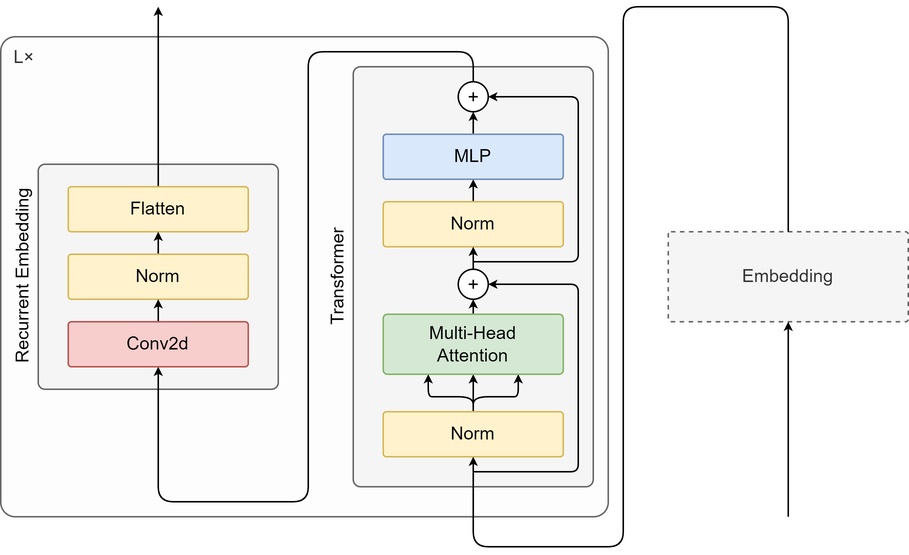
Above: CvT-RecurrentEmbedding.drawio.png in SeyaSchmassmann/wods (draw.io), before the change. Source tidied: cells renumbered, new cells last; positions are measured from the earlier drawing's top-left corner, leaving out a move shared by most shapes. Source of this version:
```xml
<mxGraphModel>
  <root>
    <mxCell id="0" />
    <mxCell id="1" parent="0" />
    <mxCell id="2" value="L×" style="rounded=1;whiteSpace=wrap;html=1;arcSize=3;verticalAlign=top;align=left;spacingLeft=7;fillColor=light-dark(#fdfdfd, #1a1a1a);fontColor=#333333;strokeColor=#666666;" parent="1" vertex="1">
      <mxGeometry y="20" width="405" height="320" as="geometry" />
    </mxCell>
    <mxCell id="3" style="rounded=1;whiteSpace=wrap;html=1;fillColor=#f5f5f5;fontColor=#333333;strokeColor=#666666;arcSize=3;" parent="1" vertex="1">
      <mxGeometry x="25" y="105" width="160" height="150" as="geometry" />
    </mxCell>
    <mxCell id="4" value="Embedding" style="rounded=1;whiteSpace=wrap;html=1;fillColor=#f5f5f5;fontColor=#333333;strokeColor=#666666;arcSize=3;dashed=1;" parent="1" vertex="1">
      <mxGeometry x="445" y="150" width="160" height="60" as="geometry" />
    </mxCell>
    <mxCell id="5" style="edgeStyle=none;html=1;entryX=0.5;entryY=1;entryDx=0;entryDy=0;endSize=3;startSize=3;exitX=0.5;exitY=0;exitDx=0;exitDy=0;" parent="1" edge="1">
      <mxGeometry relative="1" as="geometry">
        <mxPoint x="525" y="120" as="sourcePoint" />
      </mxGeometry>
    </mxCell>
    <mxCell id="6" style="edgeStyle=none;html=1;entryX=0.5;entryY=1;entryDx=0;entryDy=0;exitX=0.5;exitY=0;exitDx=0;exitDy=0;endSize=3;startSize=3;" parent="1" edge="1">
      <mxGeometry relative="1" as="geometry">
        <mxPoint x="525" y="165" as="sourcePoint" />
      </mxGeometry>
    </mxCell>
    <mxCell id="7" style="rounded=1;whiteSpace=wrap;html=1;fillColor=#f5f5f5;fontColor=#333333;strokeColor=#666666;arcSize=3;verticalAlign=top;align=left;spacingLeft=7;" parent="1" vertex="1">
      <mxGeometry x="235" y="40" width="160" height="280" as="geometry" />
    </mxCell>
    <mxCell id="8" style="edgeStyle=none;html=1;entryX=0.5;entryY=1;entryDx=0;entryDy=0;exitX=0.5;exitY=0;exitDx=0;exitDy=0;startSize=3;endSize=3;" parent="1" edge="1" source="11" target="13">
      <mxGeometry relative="1" as="geometry" />
    </mxCell>
    <mxCell id="9" style="edgeStyle=none;html=1;entryX=0.75;entryY=1;entryDx=0;entryDy=0;exitX=0.5;exitY=0;exitDx=0;exitDy=0;startSize=3;endSize=3;" parent="1" edge="1" source="11" target="13">
      <mxGeometry relative="1" as="geometry">
        <Array as="points">
          <mxPoint x="315" y="260" />
          <mxPoint x="335" y="260" />
          <mxPoint x="345" y="260" />
        </Array>
      </mxGeometry>
    </mxCell>
    <mxCell id="10" style="edgeStyle=none;html=1;entryX=0.25;entryY=1;entryDx=0;entryDy=0;exitX=0.5;exitY=0;exitDx=0;exitDy=0;startSize=3;endSize=3;" parent="1" edge="1" source="11" target="13">
      <mxGeometry relative="1" as="geometry">
        <Array as="points">
          <mxPoint x="315" y="260" />
          <mxPoint x="295" y="260" />
          <mxPoint x="285" y="260" />
        </Array>
      </mxGeometry>
    </mxCell>
    <mxCell id="11" value="Norm" style="rounded=1;whiteSpace=wrap;html=1;fillColor=#fff2cc;strokeColor=#d6b656;arcSize=7;" parent="1" vertex="1">
      <mxGeometry x="255" y="270" width="120" height="30" as="geometry" />
    </mxCell>
    <mxCell id="12" style="edgeStyle=none;html=1;exitX=0.5;exitY=0;exitDx=0;exitDy=0;entryX=0.5;entryY=1;entryDx=0;entryDy=0;endArrow=classic;endFill=1;startSize=3;endSize=3;" parent="1" edge="1" source="13" target="28">
      <mxGeometry relative="1" as="geometry" />
    </mxCell>
    <mxCell id="13" value="Multi-Head&lt;br&gt;Attention" style="rounded=1;whiteSpace=wrap;html=1;fillColor=#d5e8d4;strokeColor=#82b366;arcSize=7;" parent="1" vertex="1">
      <mxGeometry x="255" y="205" width="120" height="40" as="geometry" />
    </mxCell>
    <mxCell id="14" style="edgeStyle=none;html=1;entryX=0.5;entryY=1;entryDx=0;entryDy=0;endArrow=classic;endFill=1;exitX=0.5;exitY=0;exitDx=0;exitDy=0;startSize=3;endSize=3;" parent="1" edge="1" source="15" target="18">
      <mxGeometry relative="1" as="geometry" />
    </mxCell>
    <mxCell id="15" value="Norm" style="rounded=1;whiteSpace=wrap;html=1;fillColor=#fff2cc;strokeColor=#d6b656;arcSize=7;" parent="1" vertex="1">
      <mxGeometry x="255" y="130" width="120" height="30" as="geometry" />
    </mxCell>
    <mxCell id="16" style="edgeStyle=none;html=1;entryX=0.5;entryY=1;entryDx=0;entryDy=0;endArrow=classic;endFill=1;exitX=0.5;exitY=0;exitDx=0;exitDy=0;startSize=3;endSize=3;" parent="1" edge="1" source="28" target="15">
      <mxGeometry relative="1" as="geometry" />
    </mxCell>
    <mxCell id="17" style="edgeStyle=none;html=1;entryX=0.5;entryY=1;entryDx=0;entryDy=0;exitX=0.5;exitY=0;exitDx=0;exitDy=0;endArrow=classic;endFill=1;startSize=3;endSize=3;" parent="1" edge="1" source="18" target="21">
      <mxGeometry relative="1" as="geometry" />
    </mxCell>
    <mxCell id="18" value="MLP" style="rounded=1;whiteSpace=wrap;html=1;fillColor=#dae8fc;strokeColor=#6c8ebf;arcSize=7;" parent="1" vertex="1">
      <mxGeometry x="255" y="85" width="120" height="30" as="geometry" />
    </mxCell>
    <mxCell id="19" style="group;" parent="1" vertex="1">
      <mxGeometry x="305" y="50" width="20" height="20" as="geometry" />
    </mxCell>
    <mxCell id="20" style="group;" parent="19" vertex="1">
      <mxGeometry width="20" height="20" as="geometry" />
    </mxCell>
    <mxCell id="21" style="ellipse;whiteSpace=wrap;html=1;" parent="20" vertex="1">
      <mxGeometry width="20" height="20" as="geometry" />
    </mxCell>
    <mxCell id="22" style="shape=cross;whiteSpace=wrap;html=1;size=0;" parent="20" vertex="1">
      <mxGeometry x="7" y="7" width="6" height="6" as="geometry" />
    </mxCell>
    <mxCell id="23" style="endArrow=classic;html=1;entryX=1;entryY=0.5;entryDx=0;entryDy=0;startSize=3;endSize=3;arcSize=10;" parent="1" edge="1" target="21">
      <mxGeometry relative="1" as="geometry">
        <mxPoint x="315" y="170" as="sourcePoint" />
        <Array as="points">
          <mxPoint x="385" y="170" />
          <mxPoint x="385" y="60" />
        </Array>
      </mxGeometry>
    </mxCell>
    <mxCell id="24" style="edgeStyle=none;html=1;entryX=0.5;entryY=1;entryDx=0;entryDy=0;endSize=3;startSize=3;exitX=0.5;exitY=0;exitDx=0;exitDy=0;" parent="1" edge="1" source="4" target="11">
      <mxGeometry relative="1" as="geometry">
        <Array as="points">
          <mxPoint x="525" />
          <mxPoint x="415" />
          <mxPoint x="415" y="360" />
          <mxPoint x="315" y="360" />
        </Array>
      </mxGeometry>
    </mxCell>
    <mxCell id="25" value="Transformer" style="text;html=1;align=center;verticalAlign=middle;whiteSpace=wrap;rounded=0;horizontal=0;" parent="1" vertex="1">
      <mxGeometry x="215" y="145" width="20" height="70" as="geometry" />
    </mxCell>
    <mxCell id="26" style="endArrow=classic;html=1;entryX=1;entryY=0.5;entryDx=0;entryDy=0;startSize=3;endSize=3;arcSize=10;" parent="1" edge="1" target="28">
      <mxGeometry relative="1" as="geometry">
        <mxPoint x="315" y="310" as="sourcePoint" />
        <Array as="points">
          <mxPoint x="385" y="310" />
          <mxPoint x="385" y="185" />
        </Array>
      </mxGeometry>
    </mxCell>
    <mxCell id="27" style="group;" parent="1" vertex="1">
      <mxGeometry x="305" y="175" width="20" height="20" as="geometry" />
    </mxCell>
    <mxCell id="28" style="ellipse;whiteSpace=wrap;html=1;" parent="27" vertex="1">
      <mxGeometry width="20" height="20" as="geometry" />
    </mxCell>
    <mxCell id="29" style="shape=cross;whiteSpace=wrap;html=1;size=0;" parent="27" vertex="1">
      <mxGeometry x="7" y="7" width="6" height="6" as="geometry" />
    </mxCell>
    <mxCell id="30" style="edgeStyle=none;html=1;startSize=3;endSize=3;entryX=0.5;entryY=1;entryDx=0;entryDy=0;exitX=0.5;exitY=0;exitDx=0;exitDy=0;" parent="1" edge="1">
      <mxGeometry relative="1" as="geometry">
        <mxPoint x="525" y="210" as="sourcePoint" />
      </mxGeometry>
    </mxCell>
    <mxCell id="31" style="edgeStyle=none;html=1;endArrow=none;endFill=0;startArrow=classic;startFill=1;endSize=3;startSize=3;exitX=0.5;exitY=1;exitDx=0;exitDy=0;" parent="1" edge="1" source="4">
      <mxGeometry relative="1" as="geometry">
        <mxPoint x="525" y="340" as="targetPoint" />
      </mxGeometry>
    </mxCell>
    <mxCell id="32" style="edgeStyle=none;html=1;exitX=0.5;exitY=0;exitDx=0;exitDy=0;endSize=3;startSize=3;" parent="1" edge="1" source="35">
      <mxGeometry relative="1" as="geometry">
        <mxPoint x="105" as="targetPoint" />
      </mxGeometry>
    </mxCell>
    <mxCell id="33" value="Recurrent Embedding" style="text;html=1;align=center;verticalAlign=middle;whiteSpace=wrap;rounded=0;horizontal=0;" parent="1" vertex="1">
      <mxGeometry x="5" y="112.5" width="20" height="135" as="geometry" />
    </mxCell>
    <mxCell id="34" style="edgeStyle=none;html=1;exitX=0.5;exitY=0;exitDx=0;exitDy=0;endSize=3;startSize=3;entryX=0.5;entryY=1;entryDx=0;entryDy=0;" parent="1" edge="1" source="21" target="39">
      <mxGeometry relative="1" as="geometry">
        <Array as="points">
          <mxPoint x="315" y="30" />
          <mxPoint x="205" y="30" />
          <mxPoint x="205" y="330" />
          <mxPoint x="105" y="330" />
        </Array>
      </mxGeometry>
    </mxCell>
    <mxCell id="35" value="Flatten" style="rounded=1;whiteSpace=wrap;html=1;fillColor=#fff2cc;strokeColor=#d6b656;arcSize=7;" parent="1" vertex="1">
      <mxGeometry x="45" y="120" width="120" height="30" as="geometry" />
    </mxCell>
    <mxCell id="36" style="edgeStyle=none;html=1;startSize=3;endSize=3;" parent="1" edge="1" source="37" target="35">
      <mxGeometry relative="1" as="geometry" />
    </mxCell>
    <mxCell id="37" value="&lt;font style=&quot;color: rgb(0, 0, 0);&quot;&gt;Norm&lt;/font&gt;" style="rounded=1;whiteSpace=wrap;html=1;fillColor=#fff2cc;strokeColor=#d6b656;arcSize=7;" parent="1" vertex="1">
      <mxGeometry x="45" y="165" width="120" height="30" as="geometry" />
    </mxCell>
    <mxCell id="38" style="edgeStyle=none;html=1;endSize=3;startSize=3;" parent="1" edge="1" source="39" target="37">
      <mxGeometry relative="1" as="geometry" />
    </mxCell>
    <mxCell id="39" value="&lt;font style=&quot;color: rgb(0, 0, 0);&quot;&gt;Conv2d&lt;br&gt;&lt;/font&gt;" style="rounded=1;whiteSpace=wrap;html=1;fillColor=#f8cecc;strokeColor=#b85450;arcSize=7;" parent="1" vertex="1">
      <mxGeometry x="45" y="210" width="120" height="30" as="geometry" />
    </mxCell>
  </root>
</mxGraphModel>
```
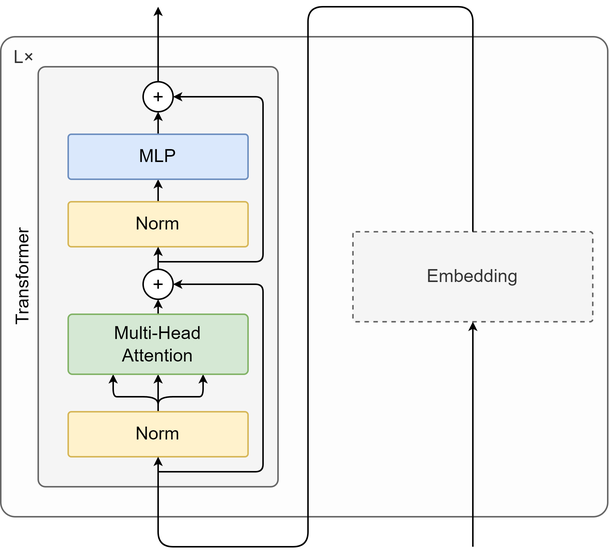
Above is the later version.

Diff of the diagram source:
```diff
@@ -3,22 +3,19 @@
     <mxCell id="0" />
     <mxCell id="1" parent="0" />
     <mxCell id="2" value="L×" style="rounded=1;whiteSpace=wrap;html=1;arcSize=3;verticalAlign=top;align=left;spacingLeft=7;fillColor=light-dark(#fdfdfd, #1a1a1a);fontColor=#333333;strokeColor=#666666;" parent="1" vertex="1">
-      <mxGeometry y="20" width="405" height="320" as="geometry" />
+      <mxGeometry x="210" y="20" width="405" height="320" as="geometry" />
     </mxCell>
-    <mxCell id="3" style="rounded=1;whiteSpace=wrap;html=1;fillColor=#f5f5f5;fontColor=#333333;strokeColor=#666666;arcSize=3;" parent="1" vertex="1">
-      <mxGeometry x="25" y="105" width="160" height="150" as="geometry" />
-    </mxCell>
     <mxCell id="4" value="Embedding" style="rounded=1;whiteSpace=wrap;html=1;fillColor=#f5f5f5;fontColor=#333333;strokeColor=#666666;arcSize=3;dashed=1;" parent="1" vertex="1">
       <mxGeometry x="445" y="150" width="160" height="60" as="geometry" />
     </mxCell>
     <mxCell id="5" style="edgeStyle=none;html=1;entryX=0.5;entryY=1;entryDx=0;entryDy=0;endSize=3;startSize=3;exitX=0.5;exitY=0;exitDx=0;exitDy=0;" parent="1" edge="1">
       <mxGeometry relative="1" as="geometry">
-        <mxPoint x="525" y="120" as="sourcePoint" />
+        <mxPoint x="735" y="120" as="sourcePoint" />
       </mxGeometry>
     </mxCell>
     <mxCell id="6" style="edgeStyle=none;html=1;entryX=0.5;entryY=1;entryDx=0;entryDy=0;exitX=0.5;exitY=0;exitDx=0;exitDy=0;endSize=3;startSize=3;" parent="1" edge="1">
       <mxGeometry relative="1" as="geometry">
-        <mxPoint x="525" y="165" as="sourcePoint" />
+        <mxPoint x="735" y="165" as="sourcePoint" />
       </mxGeometry>
     </mxCell>
     <mxCell id="7" style="rounded=1;whiteSpace=wrap;html=1;fillColor=#f5f5f5;fontColor=#333333;strokeColor=#666666;arcSize=3;verticalAlign=top;align=left;spacingLeft=7;" parent="1" vertex="1">
@@ -123,46 +120,18 @@
     </mxCell>
     <mxCell id="30" style="edgeStyle=none;html=1;startSize=3;endSize=3;entryX=0.5;entryY=1;entryDx=0;entryDy=0;exitX=0.5;exitY=0;exitDx=0;exitDy=0;" parent="1" edge="1">
       <mxGeometry relative="1" as="geometry">
-        <mxPoint x="525" y="210" as="sourcePoint" />
+        <mxPoint x="735" y="210" as="sourcePoint" />
       </mxGeometry>
     </mxCell>
     <mxCell id="31" style="edgeStyle=none;html=1;endArrow=none;endFill=0;startArrow=classic;startFill=1;endSize=3;startSize=3;exitX=0.5;exitY=1;exitDx=0;exitDy=0;" parent="1" edge="1" source="4">
       <mxGeometry relative="1" as="geometry">
-        <mxPoint x="525" y="340" as="targetPoint" />
+        <mxPoint x="525" y="360" as="targetPoint" />
       </mxGeometry>
     </mxCell>
-    <mxCell id="32" style="edgeStyle=none;html=1;exitX=0.5;exitY=0;exitDx=0;exitDy=0;endSize=3;startSize=3;" parent="1" edge="1" source="35">
-      <mxGeometry relative="1" as="geometry">
-        <mxPoint x="105" as="targetPoint" />
-      </mxGeometry>
-    </mxCell>
-    <mxCell id="33" value="Recurrent Embedding" style="text;html=1;align=center;verticalAlign=middle;whiteSpace=wrap;rounded=0;horizontal=0;" parent="1" vertex="1">
-      <mxGeometry x="5" y="112.5" width="20" height="135" as="geometry" />
-    </mxCell>
-    <mxCell id="34" style="edgeStyle=none;html=1;exitX=0.5;exitY=0;exitDx=0;exitDy=0;endSize=3;startSize=3;entryX=0.5;entryY=1;entryDx=0;entryDy=0;" parent="1" edge="1" source="21" target="39">
+    <mxCell id="34" style="edgeStyle=none;html=1;exitX=0.5;exitY=0;exitDx=0;exitDy=0;endSize=3;startSize=3;" parent="1" edge="1" source="21">
       <mxGeometry relative="1" as="geometry">
-        <Array as="points">
-          <mxPoint x="315" y="30" />
-          <mxPoint x="205" y="30" />
-          <mxPoint x="205" y="330" />
-          <mxPoint x="105" y="330" />
-        </Array>
+        <mxPoint x="315" as="targetPoint" />
       </mxGeometry>
     </mxCell>
-    <mxCell id="35" value="Flatten" style="rounded=1;whiteSpace=wrap;html=1;fillColor=#fff2cc;strokeColor=#d6b656;arcSize=7;" parent="1" vertex="1">
-      <mxGeometry x="45" y="120" width="120" height="30" as="geometry" />
-    </mxCell>
-    <mxCell id="36" style="edgeStyle=none;html=1;startSize=3;endSize=3;" parent="1" edge="1" source="37" target="35">
-      <mxGeometry relative="1" as="geometry" />
-    </mxCell>
-    <mxCell id="37" value="&lt;font style=&quot;color: rgb(0, 0, 0);&quot;&gt;Norm&lt;/font&gt;" style="rounded=1;whiteSpace=wrap;html=1;fillColor=#fff2cc;strokeColor=#d6b656;arcSize=7;" parent="1" vertex="1">
-      <mxGeometry x="45" y="165" width="120" height="30" as="geometry" />
-    </mxCell>
-    <mxCell id="38" style="edgeStyle=none;html=1;endSize=3;startSize=3;" parent="1" edge="1" source="39" target="37">
-      <mxGeometry relative="1" as="geometry" />
-    </mxCell>
-    <mxCell id="39" value="&lt;font style=&quot;color: rgb(0, 0, 0);&quot;&gt;Conv2d&lt;br&gt;&lt;/font&gt;" style="rounded=1;whiteSpace=wrap;html=1;fillColor=#f8cecc;strokeColor=#b85450;arcSize=7;" parent="1" vertex="1">
-      <mxGeometry x="45" y="210" width="120" height="30" as="geometry" />
-    </mxCell>
   </root>
 </mxGraphModel>
```
